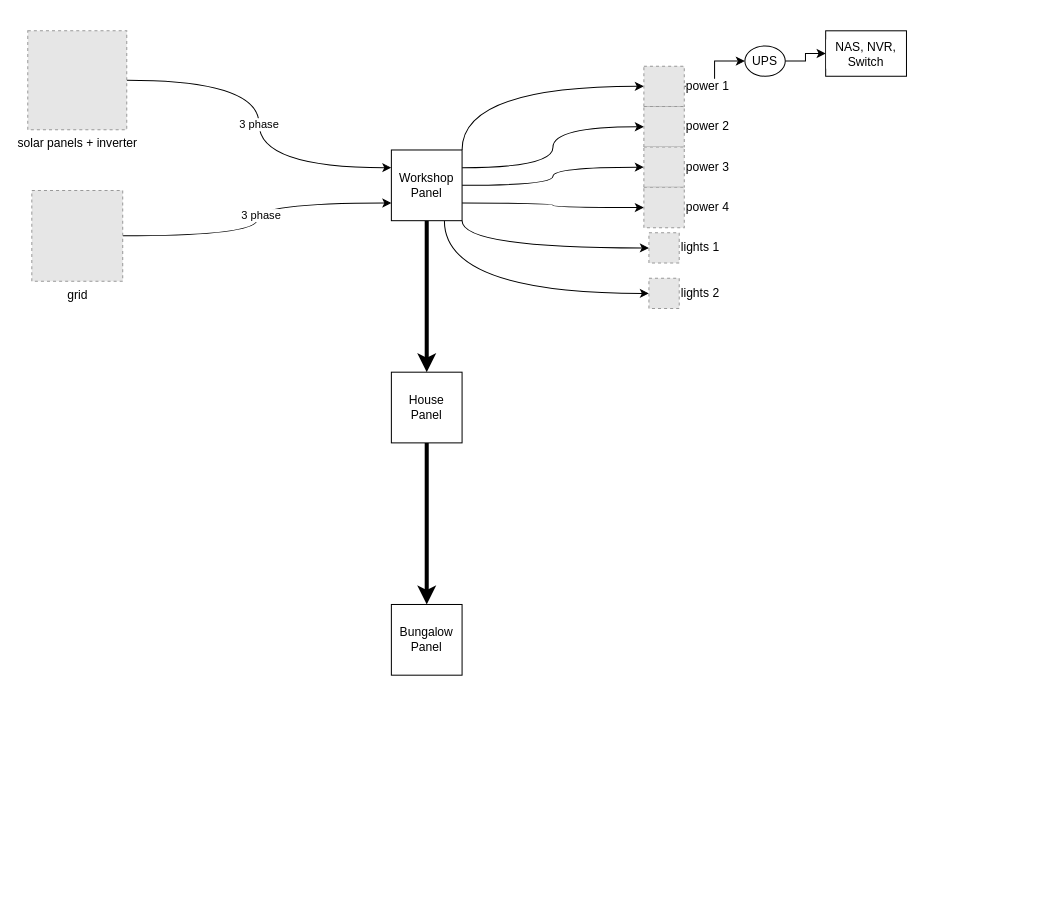
Earlier version of the draw.io diagram Untitled Diagram.drawio (lyricnz/draw.io). Source tidied: cells renumbered, new cells numbered last; positions are measured from the earlier drawing's top-left corner, leaving out a move shared by most shapes. Both pictures are drawn from the tidied source at 101%, with x=0, y=0 at pixel (27, 30). Pictures stored in the file or linked from it are replaced by grey dashed boxes.
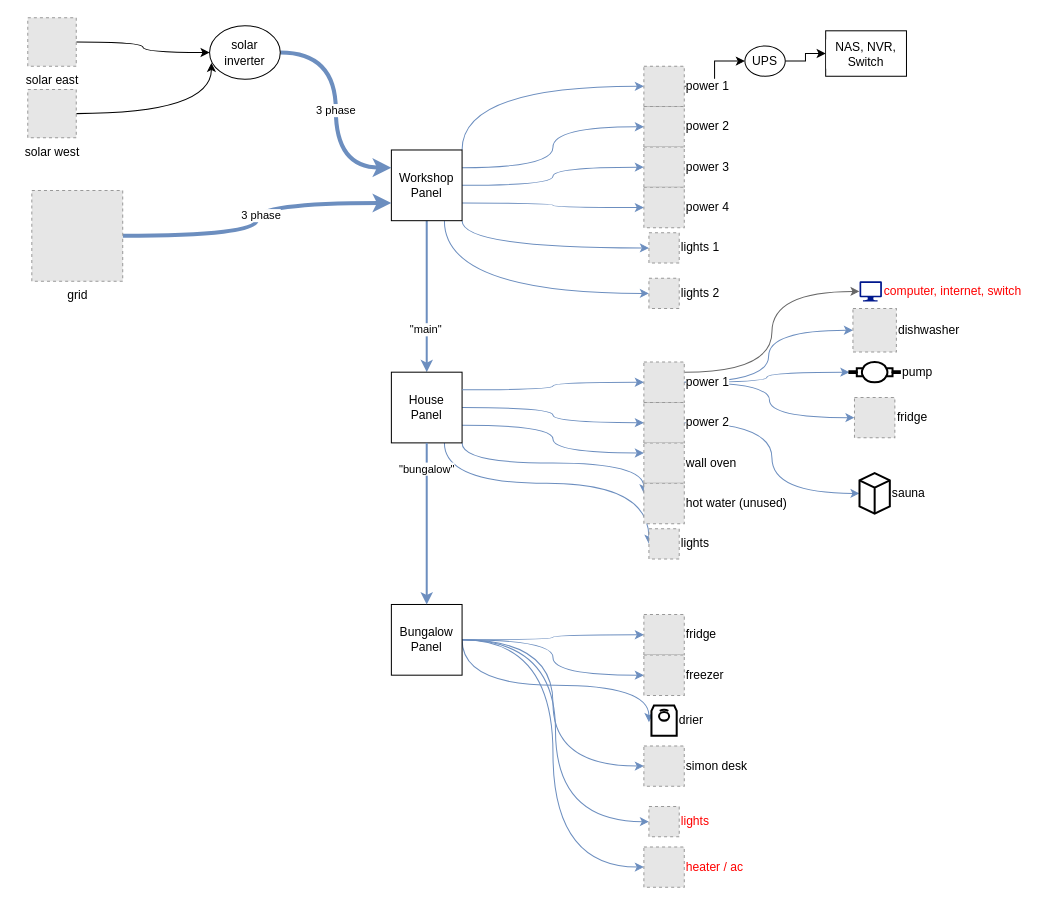
The same diagram, later.

The change refers to these unchanged cells:
```xml
<mxCell id="9" value="Workshop Panel" style="whiteSpace=wrap;html=1;" parent="1" vertex="1">
  <mxGeometry x="360" y="118" width="70" height="70" as="geometry" />
</mxCell>
<mxCell id="15" value="grid" style="fillColor=#E6E6E6;strokeColor=#999999;dashed=1;html=1;verticalAlign=top;verticalLabelPosition=bottom;labelBackgroundColor=#ffffff;" parent="1" vertex="1">
  <mxGeometry x="4" y="158" width="90" height="90" as="geometry" />
</mxCell>
<mxCell id="17" value="power 1" style="fillColor=#E6E6E6;strokeColor=#999999;dashed=1;html=1;verticalAlign=middle;verticalLabelPosition=middle;labelBackgroundColor=#ffffff;labelPosition=right;align=left;" parent="1" vertex="1">
  <mxGeometry x="610" y="35" width="40" height="40" as="geometry" />
</mxCell>
<mxCell id="18" value="power 2" style="fillColor=#E6E6E6;strokeColor=#999999;dashed=1;html=1;verticalAlign=middle;verticalLabelPosition=middle;labelBackgroundColor=#ffffff;labelPosition=right;align=left;" parent="1" vertex="1">
  <mxGeometry x="610" y="75" width="40" height="40" as="geometry" />
</mxCell>
<mxCell id="19" value="power 3" style="fillColor=#E6E6E6;strokeColor=#999999;dashed=1;html=1;verticalAlign=middle;verticalLabelPosition=middle;labelBackgroundColor=#ffffff;labelPosition=right;align=left;" parent="1" vertex="1">
  <mxGeometry x="610" y="115" width="40" height="40" as="geometry" />
</mxCell>
<mxCell id="20" value="power 4" style="fillColor=#E6E6E6;strokeColor=#999999;dashed=1;html=1;verticalAlign=middle;verticalLabelPosition=middle;labelBackgroundColor=#ffffff;labelPosition=right;align=left;" parent="1" vertex="1">
  <mxGeometry x="610" y="155" width="40" height="40" as="geometry" />
</mxCell>
<mxCell id="21" value="lights 1" style="fillColor=#E6E6E6;strokeColor=#999999;dashed=1;html=1;verticalAlign=middle;verticalLabelPosition=middle;labelBackgroundColor=#ffffff;labelPosition=right;align=left;" parent="1" vertex="1">
  <mxGeometry x="615" y="200" width="30" height="30" as="geometry" />
</mxCell>
<mxCell id="22" value="lights 2" style="fillColor=#E6E6E6;strokeColor=#999999;dashed=1;html=1;verticalAlign=middle;verticalLabelPosition=middle;labelBackgroundColor=#ffffff;labelPosition=right;align=left;" parent="1" vertex="1">
  <mxGeometry x="615" y="245" width="30" height="30" as="geometry" />
</mxCell>
<mxCell id="26" value="House Panel" style="whiteSpace=wrap;html=1;" parent="1" vertex="1">
  <mxGeometry x="360" y="338" width="70" height="70" as="geometry" />
</mxCell>
<mxCell id="27" value="Bungalow Panel" style="whiteSpace=wrap;html=1;" parent="1" vertex="1">
  <mxGeometry x="360" y="568" width="70" height="70" as="geometry" />
</mxCell>
```

Change to the diagram source:
```diff
@@
-    <mxCell id="2" style="edgeStyle=orthogonalEdgeStyle;jettySize=auto;html=1;exitX=1;exitY=0;exitDx=0;exitDy=0;entryX=0;entryY=0.5;entryDx=0;entryDy=0;curved=1;" parent="1" edge="1" source="9" target="17">
+    <mxCell id="2" style="edgeStyle=orthogonalEdgeStyle;jettySize=auto;html=1;exitX=1;exitY=0;exitDx=0;exitDy=0;entryX=0;entryY=0.5;entryDx=0;entryDy=0;curved=1;fillColor=#dae8fc;strokeColor=#6c8ebf;" parent="1" edge="1" source="9" target="17">
       <mxGeometry relative="1" as="geometry" />
     </mxCell>
-    <mxCell id="3" style="edgeStyle=orthogonalEdgeStyle;jettySize=auto;html=1;exitX=1;exitY=0.5;exitDx=0;exitDy=0;entryX=0;entryY=0.5;entryDx=0;entryDy=0;curved=1;" parent="1" edge="1" source="9" target="19">
+    <mxCell id="3" style="edgeStyle=orthogonalEdgeStyle;jettySize=auto;html=1;exitX=1;exitY=0.5;exitDx=0;exitDy=0;entryX=0;entryY=0.5;entryDx=0;entryDy=0;curved=1;fillColor=#dae8fc;strokeColor=#6c8ebf;" parent="1" edge="1" source="9" target="19">
       <mxGeometry relative="1" as="geometry" />
     </mxCell>
-    <mxCell id="4" style="edgeStyle=orthogonalEdgeStyle;jettySize=auto;html=1;exitX=1;exitY=0.75;exitDx=0;exitDy=0;entryX=0;entryY=0.5;entryDx=0;entryDy=0;curved=1;" parent="1" edge="1" source="9" target="20">
+    <mxCell id="4" style="edgeStyle=orthogonalEdgeStyle;jettySize=auto;html=1;exitX=1;exitY=0.75;exitDx=0;exitDy=0;entryX=0;entryY=0.5;entryDx=0;entryDy=0;curved=1;fillColor=#dae8fc;strokeColor=#6c8ebf;" parent="1" edge="1" source="9" target="20">
       <mxGeometry relative="1" as="geometry" />
     </mxCell>
-    <mxCell id="5" style="edgeStyle=orthogonalEdgeStyle;jettySize=auto;html=1;exitX=1;exitY=1;exitDx=0;exitDy=0;entryX=0;entryY=0.5;entryDx=0;entryDy=0;curved=1;" parent="1" edge="1" source="9" target="21">
+    <mxCell id="5" style="edgeStyle=orthogonalEdgeStyle;jettySize=auto;html=1;exitX=1;exitY=1;exitDx=0;exitDy=0;entryX=0;entryY=0.5;entryDx=0;entryDy=0;curved=1;fillColor=#dae8fc;strokeColor=#6c8ebf;" parent="1" edge="1" source="9" target="21">
       <mxGeometry relative="1" as="geometry" />
     </mxCell>
-    <mxCell id="6" style="edgeStyle=orthogonalEdgeStyle;jettySize=auto;html=1;exitX=0.75;exitY=1;exitDx=0;exitDy=0;entryX=0;entryY=0.5;entryDx=0;entryDy=0;curved=1;" parent="1" edge="1" source="9" target="22">
+    <mxCell id="6" style="edgeStyle=orthogonalEdgeStyle;jettySize=auto;html=1;exitX=0.75;exitY=1;exitDx=0;exitDy=0;entryX=0;entryY=0.5;entryDx=0;entryDy=0;curved=1;fillColor=#dae8fc;strokeColor=#6c8ebf;" parent="1" edge="1" source="9" target="22">
       <mxGeometry relative="1" as="geometry" />
     </mxCell>
-    <mxCell id="7" style="edgeStyle=orthogonalEdgeStyle;jettySize=auto;html=1;exitX=1;exitY=0.25;exitDx=0;exitDy=0;entryX=0;entryY=0.5;entryDx=0;entryDy=0;curved=1;" parent="1" edge="1" source="9" target="18">
+    <mxCell id="7" style="edgeStyle=orthogonalEdgeStyle;jettySize=auto;html=1;exitX=1;exitY=0.25;exitDx=0;exitDy=0;entryX=0;entryY=0.5;entryDx=0;entryDy=0;curved=1;fillColor=#dae8fc;strokeColor=#6c8ebf;" parent="1" edge="1" source="9" target="18">
       <mxGeometry relative="1" as="geometry" />
     </mxCell>
-    <mxCell id="8" style="edgeStyle=orthogonalEdgeStyle;rounded=0;jettySize=auto;html=1;exitX=0.5;exitY=1;exitDx=0;exitDy=0;entryX=0.5;entryY=0;entryDx=0;entryDy=0;fontStyle=1;strokeWidth=4;" parent="1" edge="1" source="9" target="26">
+    <mxCell id="8" style="edgeStyle=orthogonalEdgeStyle;rounded=0;jettySize=auto;html=1;exitX=0.5;exitY=1;exitDx=0;exitDy=0;entryX=0.5;entryY=0;entryDx=0;entryDy=0;fontStyle=1;strokeWidth=2;fillColor=#dae8fc;strokeColor=#6c8ebf;" parent="1" edge="1" source="9" target="26">
       <mxGeometry relative="1" as="geometry" />
     </mxCell>
+    <mxCell id="29" value="&quot;main&quot;" style="edgeLabel;html=1;align=center;verticalAlign=middle;" parent="8" vertex="1">
+      <mxGeometry x="0.43" y="-2" relative="1" as="geometry" />
+    </mxCell>
@@
-    <mxCell id="10" style="edgeStyle=orthogonalEdgeStyle;jettySize=auto;html=1;entryX=0;entryY=0.25;entryDx=0;entryDy=0;curved=1;" parent="1" edge="1" source="12" target="9">
+    <mxCell id="10" style="edgeStyle=orthogonalEdgeStyle;jettySize=auto;html=1;entryX=0;entryY=0.25;entryDx=0;entryDy=0;curved=1;shadow=0;strokeWidth=4;fillColor=#dae8fc;strokeColor=#6c8ebf;exitX=1;exitY=0.5;exitDx=0;exitDy=0;" parent="1" edge="1" source="54" target="9">
       <mxGeometry relative="1" as="geometry" />
     </mxCell>
@@
+    <mxCell id="30" style="edgeStyle=orthogonalEdgeStyle;jettySize=auto;html=1;exitX=1;exitY=0.5;exitDx=0;exitDy=0;entryX=0;entryY=0.5;entryDx=0;entryDy=0;curved=1;" parent="1" edge="1" source="12" target="54">
+      <mxGeometry relative="1" as="geometry" />
+    </mxCell>
-    <mxCell id="12" value="solar panels + inverter" style="fillColor=#E6E6E6;strokeColor=#999999;dashed=1;html=1;verticalAlign=top;verticalLabelPosition=bottom;labelBackgroundColor=#ffffff;" parent="1" vertex="1">
-      <mxGeometry width="98" height="98" as="geometry" />
+    <mxCell id="12" value="solar east" style="fillColor=#E6E6E6;strokeColor=#999999;dashed=1;html=1;verticalAlign=top;verticalLabelPosition=bottom;labelBackgroundColor=#ffffff;" parent="1" vertex="1">
+      <mxGeometry y="-13" width="48" height="48" as="geometry" />
     </mxCell>
-    <mxCell id="13" style="edgeStyle=orthogonalEdgeStyle;jettySize=auto;html=1;exitX=1;exitY=0.5;exitDx=0;exitDy=0;entryX=0;entryY=0.75;entryDx=0;entryDy=0;curved=1;" parent="1" edge="1" source="15" target="9">
+    <mxCell id="13" style="edgeStyle=orthogonalEdgeStyle;jettySize=auto;html=1;exitX=1;exitY=0.5;exitDx=0;exitDy=0;entryX=0;entryY=0.75;entryDx=0;entryDy=0;curved=1;strokeWidth=4;fillColor=#dae8fc;strokeColor=#6c8ebf;" parent="1" edge="1" source="15" target="9">
       <mxGeometry relative="1" as="geometry" />
     </mxCell>
@@
+    <mxCell id="31" style="edgeStyle=orthogonalEdgeStyle;jettySize=auto;html=1;exitX=1;exitY=0.5;exitDx=0;exitDy=0;entryX=0;entryY=0.5;entryDx=0;entryDy=0;fillColor=#dae8fc;strokeColor=#6c8ebf;curved=1;" parent="1" edge="1" source="26" target="48">
+      <mxGeometry relative="1" as="geometry" />
+    </mxCell>
+    <mxCell id="32" style="edgeStyle=orthogonalEdgeStyle;jettySize=auto;html=1;exitX=1;exitY=0.75;exitDx=0;exitDy=0;entryX=0;entryY=0.25;entryDx=0;entryDy=0;fillColor=#dae8fc;strokeColor=#6c8ebf;curved=1;" parent="1" edge="1" source="26" target="49">
+      <mxGeometry relative="1" as="geometry" />
+    </mxCell>
+    <mxCell id="33" style="edgeStyle=orthogonalEdgeStyle;jettySize=auto;html=1;exitX=1;exitY=1;exitDx=0;exitDy=0;entryX=0;entryY=0.25;entryDx=0;entryDy=0;fillColor=#dae8fc;strokeColor=#6c8ebf;curved=1;" parent="1" edge="1" source="26" target="50">
+      <mxGeometry relative="1" as="geometry">
+        <Array as="points">
+          <mxPoint x="430" y="428" />
+          <mxPoint x="610" y="428" />
+        </Array>
+      </mxGeometry>
+    </mxCell>
+    <mxCell id="34" style="edgeStyle=orthogonalEdgeStyle;jettySize=auto;html=1;exitX=0.75;exitY=1;exitDx=0;exitDy=0;entryX=0;entryY=0.5;entryDx=0;entryDy=0;curved=1;fillColor=#dae8fc;strokeColor=#6c8ebf;" parent="1" edge="1" source="26" target="51">
+      <mxGeometry relative="1" as="geometry">
+        <Array as="points">
+          <mxPoint x="413" y="448" />
+          <mxPoint x="615" y="448" />
+        </Array>
+      </mxGeometry>
+    </mxCell>
@@
+    <mxCell id="35" style="edgeStyle=orthogonalEdgeStyle;jettySize=auto;html=1;exitX=1;exitY=0.5;exitDx=0;exitDy=0;entryX=0;entryY=0.5;entryDx=0;entryDy=0;curved=1;fillColor=#dae8fc;strokeColor=#6c8ebf;" parent="1" edge="1" source="27" target="60">
+      <mxGeometry relative="1" as="geometry" />
+    </mxCell>
+    <mxCell id="36" style="edgeStyle=orthogonalEdgeStyle;jettySize=auto;html=1;exitX=1;exitY=0.5;exitDx=0;exitDy=0;entryX=0;entryY=0.5;entryDx=0;entryDy=0;curved=1;fillColor=#dae8fc;strokeColor=#6c8ebf;" parent="1" edge="1" source="27" target="61">
+      <mxGeometry relative="1" as="geometry" />
+    </mxCell>
+    <mxCell id="37" style="edgeStyle=orthogonalEdgeStyle;jettySize=auto;html=1;exitX=1;exitY=0.5;exitDx=0;exitDy=0;entryX=-0.1;entryY=0.55;entryDx=0;entryDy=0;entryPerimeter=0;curved=1;fillColor=#dae8fc;strokeColor=#6c8ebf;" parent="1" edge="1" source="27" target="62">
+      <mxGeometry relative="1" as="geometry">
+        <Array as="points">
+          <mxPoint x="430" y="648" />
+          <mxPoint x="615" y="648" />
+        </Array>
+      </mxGeometry>
+    </mxCell>
+    <mxCell id="38" style="edgeStyle=orthogonalEdgeStyle;jettySize=auto;html=1;exitX=1;exitY=0.5;exitDx=0;exitDy=0;entryX=0;entryY=0.5;entryDx=0;entryDy=0;curved=1;fillColor=#dae8fc;strokeColor=#6c8ebf;" parent="1" edge="1" source="27" target="63">
+      <mxGeometry relative="1" as="geometry" />
+    </mxCell>
+    <mxCell id="39" style="edgeStyle=orthogonalEdgeStyle;jettySize=auto;html=1;exitX=1;exitY=0.5;exitDx=0;exitDy=0;entryX=0;entryY=0.5;entryDx=0;entryDy=0;curved=1;fillColor=#dae8fc;strokeColor=#6c8ebf;" parent="1" edge="1" source="27" target="64">
+      <mxGeometry relative="1" as="geometry" />
+    </mxCell>
+    <mxCell id="40" style="edgeStyle=orthogonalEdgeStyle;jettySize=auto;html=1;exitX=1;exitY=0.5;exitDx=0;exitDy=0;entryX=0;entryY=0.5;entryDx=0;entryDy=0;curved=1;fillColor=#dae8fc;strokeColor=#6c8ebf;" parent="1" edge="1" source="27" target="65">
+      <mxGeometry relative="1" as="geometry" />
+    </mxCell>
@@
-    <mxCell id="28" style="edgeStyle=orthogonalEdgeStyle;rounded=0;jettySize=auto;html=1;exitX=0.5;exitY=1;exitDx=0;exitDy=0;entryX=0.5;entryY=0;entryDx=0;entryDy=0;fontStyle=1;strokeWidth=4;" parent="1" edge="1" source="26" target="27">
-      <mxGeometry relative="1" as="geometry" />
+    <mxCell id="28" style="edgeStyle=orthogonalEdgeStyle;rounded=0;jettySize=auto;html=1;exitX=0.5;exitY=1;exitDx=0;exitDy=0;entryX=0.5;entryY=0;entryDx=0;entryDy=0;fontStyle=1;strokeWidth=2;fillColor=#dae8fc;strokeColor=#6c8ebf;" parent="1" edge="1" source="26" target="27">
+      <mxGeometry relative="1" as="geometry">
+        <Array as="points">
+          <mxPoint x="395" y="528" />
+          <mxPoint x="395" y="528" />
+        </Array>
+      </mxGeometry>
     </mxCell>
+    <mxCell id="41" value="&quot;bungalow&quot;" style="edgeLabel;html=1;align=center;verticalAlign=middle;" parent="28" vertex="1">
+      <mxGeometry x="-0.69" y="-1" relative="1" as="geometry" />
+    </mxCell>
+    <mxCell id="42" style="edgeStyle=orthogonalEdgeStyle;jettySize=auto;html=1;exitX=1;exitY=0.5;exitDx=0;exitDy=0;entryX=0;entryY=0.5;entryDx=0;entryDy=0;curved=1;fillColor=#dae8fc;strokeColor=#6c8ebf;" parent="1" edge="1" source="46" target="56">
+      <mxGeometry relative="1" as="geometry" />
+    </mxCell>
+    <mxCell id="43" style="edgeStyle=orthogonalEdgeStyle;jettySize=auto;html=1;exitX=1;exitY=0.5;exitDx=0;exitDy=0;curved=1;fillColor=#dae8fc;strokeColor=#6c8ebf;entryX=0;entryY=0.5;entryDx=0;entryDy=0;entryPerimeter=0;" parent="1" edge="1" source="46" target="59">
+      <mxGeometry relative="1" as="geometry" />
+    </mxCell>
+    <mxCell id="44" style="edgeStyle=orthogonalEdgeStyle;jettySize=auto;html=1;exitX=1;exitY=0.5;exitDx=0;exitDy=0;entryX=0;entryY=0.5;entryDx=0;entryDy=0;curved=1;fillColor=#dae8fc;strokeColor=#6c8ebf;" parent="1" edge="1" source="46" target="57">
+      <mxGeometry relative="1" as="geometry" />
+    </mxCell>
+    <mxCell id="45" style="edgeStyle=orthogonalEdgeStyle;jettySize=auto;html=1;exitX=1;exitY=0.25;exitDx=0;exitDy=0;entryX=0;entryY=0.5;entryDx=0;entryDy=0;entryPerimeter=0;curved=1;fillColor=#f5f5f5;strokeColor=#666666;" parent="1" edge="1" source="46" target="66">
+      <mxGeometry relative="1" as="geometry" />
+    </mxCell>
+    <mxCell id="46" value="power 1" style="fillColor=#E6E6E6;strokeColor=#999999;dashed=1;html=1;verticalAlign=middle;verticalLabelPosition=middle;labelBackgroundColor=#ffffff;labelPosition=right;align=left;" parent="1" vertex="1">
+      <mxGeometry x="610" y="328" width="40" height="40" as="geometry" />
+    </mxCell>
+    <mxCell id="47" style="edgeStyle=orthogonalEdgeStyle;jettySize=auto;html=1;exitX=1;exitY=0.5;exitDx=0;exitDy=0;entryX=0;entryY=0.5;entryDx=0;entryDy=0;entryPerimeter=0;curved=1;fillColor=#dae8fc;strokeColor=#6c8ebf;" parent="1" edge="1" source="48" target="58">
+      <mxGeometry relative="1" as="geometry" />
+    </mxCell>
+    <mxCell id="48" value="power 2" style="fillColor=#E6E6E6;strokeColor=#999999;dashed=1;html=1;verticalAlign=middle;verticalLabelPosition=middle;labelBackgroundColor=#ffffff;labelPosition=right;align=left;" parent="1" vertex="1">
+      <mxGeometry x="610" y="368" width="40" height="40" as="geometry" />
+    </mxCell>
+    <mxCell id="49" value="wall oven" style="fillColor=#E6E6E6;strokeColor=#999999;dashed=1;html=1;verticalAlign=middle;verticalLabelPosition=middle;labelBackgroundColor=#ffffff;labelPosition=right;align=left;" parent="1" vertex="1">
+      <mxGeometry x="610" y="408" width="40" height="40" as="geometry" />
+    </mxCell>
+    <mxCell id="50" value="hot water (unused)" style="fillColor=#E6E6E6;strokeColor=#999999;dashed=1;html=1;verticalAlign=middle;verticalLabelPosition=middle;labelBackgroundColor=#ffffff;labelPosition=right;align=left;" parent="1" vertex="1">
+      <mxGeometry x="610" y="448" width="40" height="40" as="geometry" />
+    </mxCell>
+    <mxCell id="51" value="lights" style="fillColor=#E6E6E6;strokeColor=#999999;dashed=1;html=1;verticalAlign=middle;verticalLabelPosition=middle;labelBackgroundColor=#ffffff;labelPosition=right;align=left;" parent="1" vertex="1">
+      <mxGeometry x="615" y="493" width="30" height="30" as="geometry" />
+    </mxCell>
+    <mxCell id="52" style="edgeStyle=orthogonalEdgeStyle;jettySize=auto;html=1;exitX=1;exitY=0.5;exitDx=0;exitDy=0;curved=1;entryX=0.026;entryY=0.694;entryDx=0;entryDy=0;entryPerimeter=0;" parent="1" edge="1" source="53" target="54">
+      <mxGeometry relative="1" as="geometry" />
+    </mxCell>
+    <mxCell id="53" value="solar west" style="fillColor=#E6E6E6;strokeColor=#999999;dashed=1;html=1;verticalAlign=top;verticalLabelPosition=bottom;labelBackgroundColor=#ffffff;" parent="1" vertex="1">
+      <mxGeometry y="58" width="48" height="48" as="geometry" />
+    </mxCell>
+    <mxCell id="54" value="solar inverter" style="ellipse;whiteSpace=wrap;html=1;" parent="1" vertex="1">
+      <mxGeometry x="180" y="-5" width="70" height="53" as="geometry" />
+    </mxCell>
+    <mxCell id="55" style="edgeStyle=orthogonalEdgeStyle;jettySize=auto;html=1;entryX=0;entryY=0.5;entryDx=0;entryDy=0;curved=1;fillColor=#dae8fc;strokeColor=#6c8ebf;exitX=1;exitY=0.25;exitDx=0;exitDy=0;" parent="1" edge="1" source="26" target="46">
+      <mxGeometry relative="1" as="geometry" />
+    </mxCell>
+    <mxCell id="56" value="dishwasher" style="fillColor=#E6E6E6;strokeColor=#999999;dashed=1;html=1;verticalAlign=middle;verticalLabelPosition=middle;labelBackgroundColor=#ffffff;labelPosition=right;align=left;" parent="1" vertex="1">
+      <mxGeometry x="817" y="275" width="43" height="43" as="geometry" />
+    </mxCell>
+    <mxCell id="57" value="fridge" style="fillColor=#E6E6E6;strokeColor=#999999;dashed=1;html=1;verticalAlign=middle;verticalLabelPosition=middle;labelBackgroundColor=#ffffff;labelPosition=right;align=left;" parent="1" vertex="1">
+      <mxGeometry x="818.5" y="363" width="40" height="40" as="geometry" />
+    </mxCell>
+    <mxCell id="58" value="sauna" style="html=1;whiteSpace=wrap;shape=isoCube2;backgroundOutline=1;isoAngle=15;strokeWidth=2;labelPosition=right;verticalLabelPosition=middle;align=left;verticalAlign=middle;" parent="1" vertex="1">
+      <mxGeometry x="823.5" y="438" width="30" height="40" as="geometry" />
+    </mxCell>
+    <mxCell id="59" value="pump" style="shape=mxgraph.pid.pumps.vacuum_pump;html=1;align=left;verticalLabelPosition=middle;verticalAlign=middle;dashed=0;strokeWidth=2;labelPosition=right;" parent="1" vertex="1">
+      <mxGeometry x="813.5" y="328" width="50" height="20" as="geometry" />
+    </mxCell>
+    <mxCell id="60" value="fridge" style="fillColor=#E6E6E6;strokeColor=#999999;dashed=1;html=1;verticalAlign=middle;verticalLabelPosition=middle;labelBackgroundColor=#ffffff;labelPosition=right;align=left;" parent="1" vertex="1">
+      <mxGeometry x="610" y="578" width="40" height="40" as="geometry" />
+    </mxCell>
+    <mxCell id="61" value="freezer" style="fillColor=#E6E6E6;strokeColor=#999999;dashed=1;html=1;verticalAlign=middle;verticalLabelPosition=middle;labelBackgroundColor=#ffffff;labelPosition=right;align=left;" parent="1" vertex="1">
+      <mxGeometry x="610" y="618" width="40" height="40" as="geometry" />
+    </mxCell>
+    <mxCell id="62" value="drier" style="shape=mxgraph.pid.driers.rotary_drum_drier,_tumbling_drier;html=1;align=left;verticalLabelPosition=middle;verticalAlign=middle;dashed=0;strokeWidth=2;labelPosition=right;" parent="1" vertex="1">
+      <mxGeometry x="617.5" y="668" width="25" height="30" as="geometry" />
+    </mxCell>
+    <mxCell id="63" value="simon desk" style="fillColor=#E6E6E6;strokeColor=#999999;dashed=1;html=1;verticalAlign=middle;verticalLabelPosition=middle;labelBackgroundColor=#ffffff;labelPosition=right;align=left;" parent="1" vertex="1">
+      <mxGeometry x="610" y="708" width="40" height="40" as="geometry" />
+    </mxCell>
+    <mxCell id="64" value="lights" style="fillColor=#E6E6E6;strokeColor=#999999;dashed=1;html=1;verticalAlign=middle;verticalLabelPosition=middle;labelBackgroundColor=#ffffff;labelPosition=right;align=left;fontColor=#FF0000;" parent="1" vertex="1">
+      <mxGeometry x="615" y="768" width="30" height="30" as="geometry" />
+    </mxCell>
+    <mxCell id="65" value="heater / ac" style="fillColor=#E6E6E6;strokeColor=#999999;dashed=1;html=1;verticalAlign=middle;verticalLabelPosition=middle;labelBackgroundColor=#ffffff;labelPosition=right;align=left;fontColor=#FF0000;" parent="1" vertex="1">
+      <mxGeometry x="610" y="808" width="40" height="40" as="geometry" />
+    </mxCell>
+    <mxCell id="66" value="computer, internet, switch" style="sketch=0;shadow=0;dashed=0;html=1;strokeColor=none;labelPosition=right;verticalLabelPosition=middle;verticalAlign=middle;align=left;fillColor=#00188D;shape=mxgraph.azure.computer;fontColor=#FF0000;" parent="1" vertex="1">
+      <mxGeometry x="823.5" y="248" width="22.2" height="20" as="geometry" />
+    </mxCell>
```
